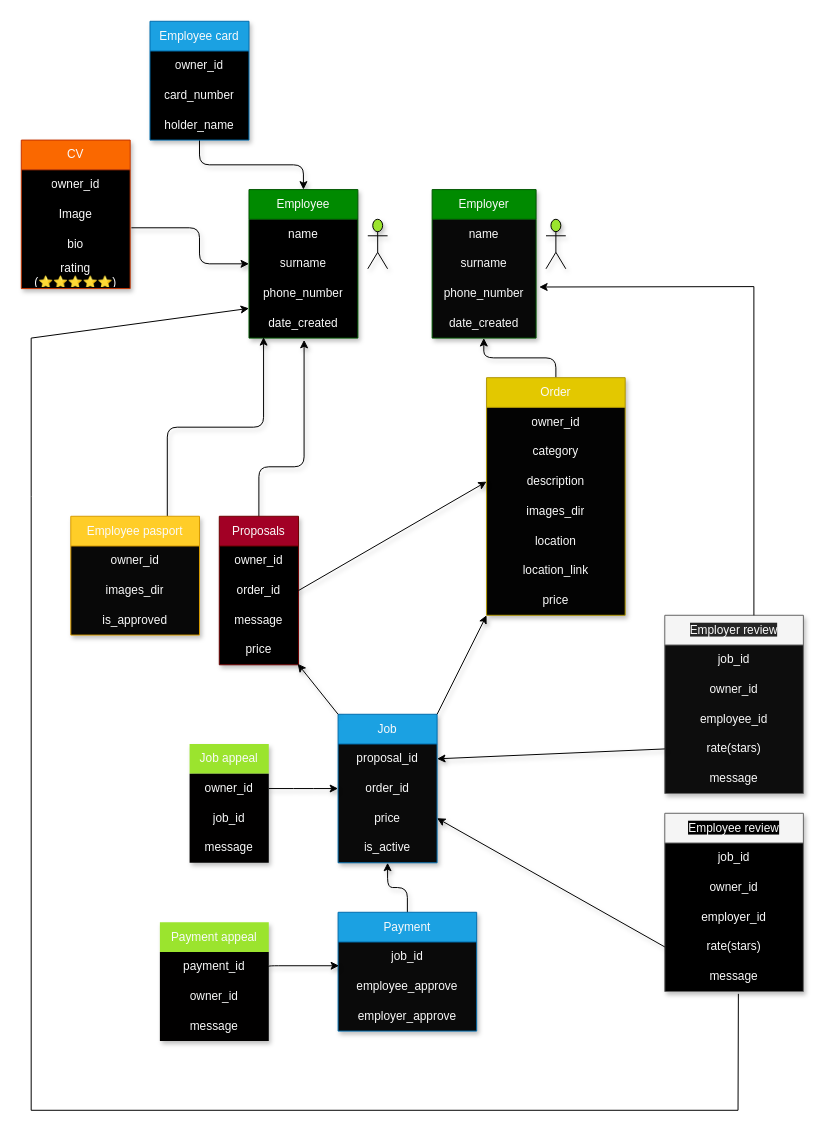
Before: drawio/draw.drawio in Labbay-Hizmatizda/main-project, a draw.io diagram. Source tidied: cells renumbered, new cells numbered last; positions are measured from the earlier drawing's top-left corner, leaving out a move shared by most shapes. Both pictures are drawn from the tidied source at 99%, with x=0, y=0 at pixel (21, 21).
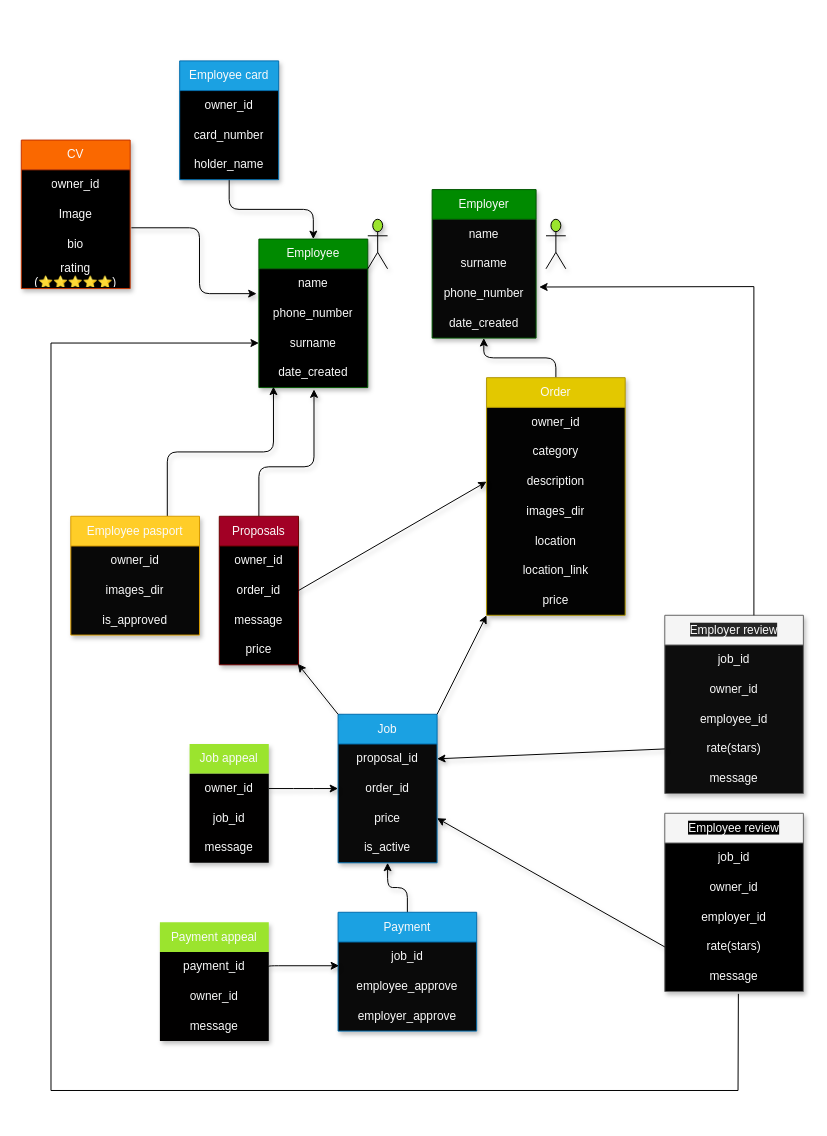
Above is the later version.

The change refers to these unchanged cells:
```xml
<mxCell id="58" value="bio" style="text;strokeColor=none;fillColor=none;align=center;verticalAlign=middle;spacingLeft=4;spacingRight=4;overflow=hidden;points=[[0,0.5],[1,0.5]];portConstraint=eastwest;whiteSpace=wrap;html=1;fillStyle=cross-hatch;fontColor=#fafafa;labelBackgroundColor=none;shadow=1;" parent="55" vertex="1">
  <mxGeometry y="90" width="110" height="30" as="geometry" />
</mxCell>
<mxCell id="80" value="message" style="text;strokeColor=none;fillColor=none;align=center;verticalAlign=middle;spacingLeft=4;spacingRight=4;overflow=hidden;points=[[0,0.5],[1,0.5]];portConstraint=eastwest;whiteSpace=wrap;html=1;labelBackgroundColor=none;fontColor=#fafafa;shadow=1;" parent="75" vertex="1">
  <mxGeometry y="150" width="140" height="30" as="geometry" />
</mxCell>
```

What changed in the source:
```diff
@@
     <mxCell id="3" value="Employee card" style="swimlane;fontStyle=0;horizontal=1;startSize=30;whiteSpace=wrap;html=1;fillColor=#1ba1e2;fontColor=#fafafa;strokeColor=#006EAF;gradientColor=none;swimlaneFillColor=#000000;align=center;labelBackgroundColor=none;shadow=1;" parent="1" vertex="1">
-      <mxGeometry x="130" width="100" height="120" as="geometry" />
+      <mxGeometry x="160" y="40" width="100" height="120" as="geometry" />
     </mxCell>
@@
     <mxCell id="7" value="Employee" style="swimlane;fontStyle=0;horizontal=1;startSize=30;whiteSpace=wrap;html=1;fillColor=#008a00;fontColor=#fafafa;strokeColor=#005700;swimlaneFillColor=#000000;align=center;labelBackgroundColor=none;shadow=1;" parent="1" vertex="1">
-      <mxGeometry x="230" y="170" width="110" height="150" as="geometry" />
+      <mxGeometry x="240" y="220" width="110" height="150" as="geometry" />
     </mxCell>
@@
+    <mxCell id="10" value="phone_number" style="text;strokeColor=none;fillColor=none;align=center;verticalAlign=middle;spacingLeft=4;spacingRight=4;overflow=hidden;points=[[0,0.5],[1,0.5]];portConstraint=eastwest;whiteSpace=wrap;html=1;labelBackgroundColor=none;fontColor=#fafafa;shadow=1;" parent="7" vertex="1">
+      <mxGeometry y="60" width="110" height="30" as="geometry" />
+    </mxCell>
     <mxCell id="9" value="surname" style="text;strokeColor=none;fillColor=none;align=center;verticalAlign=middle;spacingLeft=4;spacingRight=4;overflow=hidden;points=[[0,0.5],[1,0.5]];portConstraint=eastwest;whiteSpace=wrap;html=1;labelBackgroundColor=none;fontColor=#fafafa;shadow=1;" parent="7" vertex="1">
-      <mxGeometry y="60" width="110" height="30" as="geometry" />
+      <mxGeometry y="90" width="110" height="30" as="geometry" />
     </mxCell>
-    <mxCell id="10" value="phone_number" style="text;strokeColor=none;fillColor=none;align=center;verticalAlign=middle;spacingLeft=4;spacingRight=4;overflow=hidden;points=[[0,0.5],[1,0.5]];portConstraint=eastwest;whiteSpace=wrap;html=1;labelBackgroundColor=none;fontColor=#fafafa;shadow=1;" parent="7" vertex="1">
-      <mxGeometry y="90" width="110" height="30" as="geometry" />
-    </mxCell>
@@
-    <mxCell id="72" style="edgeStyle=elbowEdgeStyle;html=1;fontColor=#fafafa;align=center;labelBackgroundColor=none;shadow=1;exitX=1.011;exitY=-0.047;exitDx=0;exitDy=0;exitPerimeter=0;entryX=0;entryY=0.5;entryDx=0;entryDy=0;" parent="1" edge="1" source="58" target="9">
+    <mxCell id="72" style="edgeStyle=elbowEdgeStyle;html=1;fontColor=#fafafa;align=center;labelBackgroundColor=none;shadow=1;exitX=1.011;exitY=-0.047;exitDx=0;exitDy=0;exitPerimeter=0;entryX=-0.021;entryY=-0.163;entryDx=0;entryDy=0;entryPerimeter=0;" parent="1" edge="1" source="58" target="10">
       <mxGeometry relative="1" as="geometry">
         <Array as="points">
           <mxPoint x="180" y="220" />
         </Array>
       </mxGeometry>
     </mxCell>
@@
-    <mxCell id="83" style="endArrow=classic;html=1;rounded=0;exitX=0.531;exitY=1.08;exitDx=0;exitDy=0;exitPerimeter=0;" parent="1" edge="1" source="80">
+    <mxCell id="83" style="endArrow=classic;html=1;rounded=0;exitX=0.531;exitY=1.08;exitDx=0;exitDy=0;exitPerimeter=0;entryX=0;entryY=0.5;entryDx=0;entryDy=0;" parent="1" edge="1" source="80" target="9">
       <mxGeometry relative="1" as="geometry">
-        <mxPoint x="230" y="290" as="targetPoint" />
         <Array as="points">
-          <mxPoint x="724" y="1100" />
-          <mxPoint x="10" y="1100" />
-          <mxPoint x="10" y="480" />
-          <mxPoint x="10" y="320" />
+          <mxPoint x="724" y="1080" />
+          <mxPoint x="30" y="1080" />
+          <mxPoint x="30" y="325" />
         </Array>
       </mxGeometry>
     </mxCell>
```
